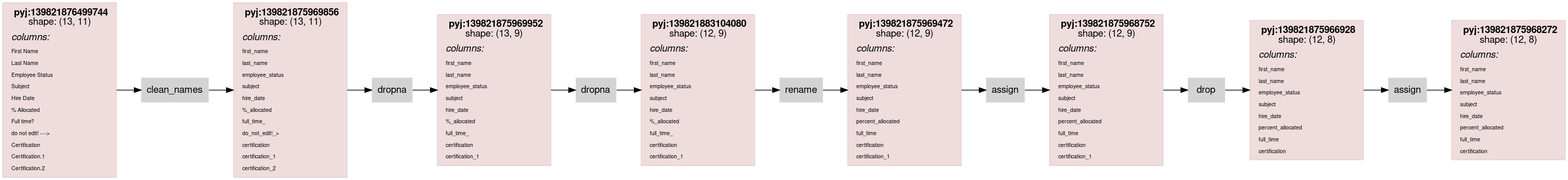
The Graphviz diagram scripts/rdflog/dirty-clean.ttl.dot.png in asmirnov69/pyjviz-poc, before a commit. Its source is kept beside it as scripts/rdflog/dirty-clean.ttl.dot.
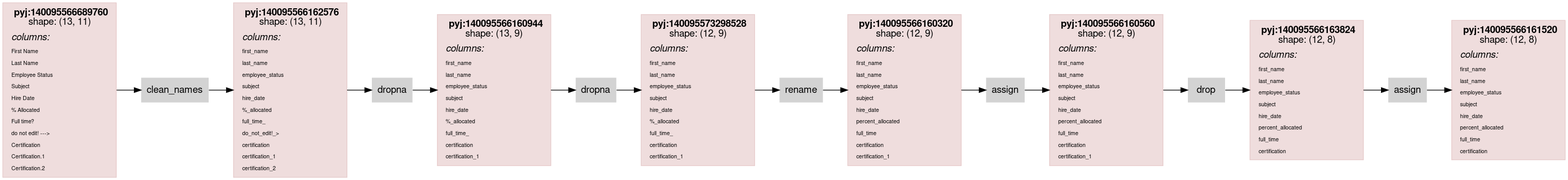
After the change.

What changed in the source:
```diff
@@ -14,7 +14,7 @@
                 color="#88000022"
                 shape = rect
                 label = <<table border="0" cellborder="0" cellspacing="0" cellpadding="4">
-                         <tr> <td> <b>pyj:139821876499744</b><br/>shape: (13, 11)</td> </tr>
+                         <tr> <td> <b>pyj:140095566689760</b><br/>shape: (13, 11)</td> </tr>
                          <tr> <td align="left"><i>columns:</i><br align="left"/></td></tr>
                 <tr><td align="left"><FONT POINT-SIZE="8px">First Name</FONT></td></tr>
 <tr><td align="left"><FONT POINT-SIZE="8px">Last Name</FONT></td></tr>
@@ -33,7 +33,7 @@
                 color="#88000022"
                 shape = rect
                 label = <<table border="0" cellborder="0" cellspacing="0" cellpadding="4">
-                         <tr> <td> <b>pyj:139821875969856</b><br/>shape: (13, 11)</td> </tr>
+                         <tr> <td> <b>pyj:140095566162576</b><br/>shape: (13, 11)</td> </tr>
                          <tr> <td align="left"><i>columns:</i><br align="left"/></td></tr>
                 <tr><td align="left"><FONT POINT-SIZE="8px">first_name</FONT></td></tr>
 <tr><td align="left"><FONT POINT-SIZE="8px">last_name</FONT></td></tr>
@@ -52,7 +52,7 @@
                 color="#88000022"
                 shape = rect
                 label = <<table border="0" cellborder="0" cellspacing="0" cellpadding="4">
-                         <tr> <td> <b>pyj:139821875969952</b><br/>shape: (13, 9)</td> </tr>
+                         <tr> <td> <b>pyj:140095566160944</b><br/>shape: (13, 9)</td> </tr>
                          <tr> <td align="left"><i>columns:</i><br align="left"/></td></tr>
                 <tr><td align="left"><FONT POINT-SIZE="8px">first_name</FONT></td></tr>
 <tr><td align="left"><FONT POINT-SIZE="8px">last_name</FONT></td></tr>
@@ -69,7 +69,7 @@
                 color="#88000022"
                 shape = rect
                 label = <<table border="0" cellborder="0" cellspacing="0" cellpadding="4">
-                         <tr> <td> <b>pyj:139821883104080</b><br/>shape: (12, 9)</td> </tr>
+                         <tr> <td> <b>pyj:140095573298528</b><br/>shape: (12, 9)</td> </tr>
                          <tr> <td align="left"><i>columns:</i><br align="left"/></td></tr>
                 <tr><td align="left"><FONT POINT-SIZE="8px">first_name</FONT></td></tr>
 <tr><td align="left"><FONT POINT-SIZE="8px">last_name</FONT></td></tr>
@@ -86,7 +86,7 @@
                 color="#88000022"
                 shape = rect
                 label = <<table border="0" cellborder="0" cellspacing="0" cellpadding="4">
-                         <tr> <td> <b>pyj:139821875969472</b><br/>shape: (12, 9)</td> </tr>
+                         <tr> <td> <b>pyj:140095566160320</b><br/>shape: (12, 9)</td> </tr>
                          <tr> <td align="left"><i>columns:</i><br align="left"/></td></tr>
                 <tr><td align="left"><FONT POINT-SIZE="8px">first_name</FONT></td></tr>
 <tr><td align="left"><FONT POINT-SIZE="8px">last_name</FONT></td></tr>
@@ -103,7 +103,7 @@
                 color="#88000022"
                 shape = rect
                 label = <<table border="0" cellborder="0" cellspacing="0" cellpadding="4">
-                         <tr> <td> <b>pyj:139821875968752</b><br/>shape: (12, 9)</td> </tr>
+                         <tr> <td> <b>pyj:140095566160560</b><br/>shape: (12, 9)</td> </tr>
                          <tr> <td align="left"><i>columns:</i><br align="left"/></td></tr>
                 <tr><td align="left"><FONT POINT-SIZE="8px">first_name</FONT></td></tr>
 <tr><td align="left"><FONT POINT-SIZE="8px">last_name</FONT></td></tr>
@@ -120,7 +120,7 @@
                 color="#88000022"
                 shape = rect
                 label = <<table border="0" cellborder="0" cellspacing="0" cellpadding="4">
-                         <tr> <td> <b>pyj:139821875966928</b><br/>shape: (12, 8)</td> </tr>
+                         <tr> <td> <b>pyj:140095566163824</b><br/>shape: (12, 8)</td> </tr>
                          <tr> <td align="left"><i>columns:</i><br align="left"/></td></tr>
                 <tr><td align="left"><FONT POINT-SIZE="8px">first_name</FONT></td></tr>
 <tr><td align="left"><FONT POINT-SIZE="8px">last_name</FONT></td></tr>
@@ -136,7 +136,7 @@
                 color="#88000022"
                 shape = rect
                 label = <<table border="0" cellborder="0" cellspacing="0" cellpadding="4">
-                         <tr> <td> <b>pyj:139821875968272</b><br/>shape: (12, 8)</td> </tr>
+                         <tr> <td> <b>pyj:140095566161520</b><br/>shape: (12, 8)</td> </tr>
                          <tr> <td align="left"><i>columns:</i><br align="left"/></td></tr>
                 <tr><td align="left"><FONT POINT-SIZE="8px">first_name</FONT></td></tr>
 <tr><td align="left"><FONT POINT-SIZE="8px">last_name</FONT></td></tr>
```
